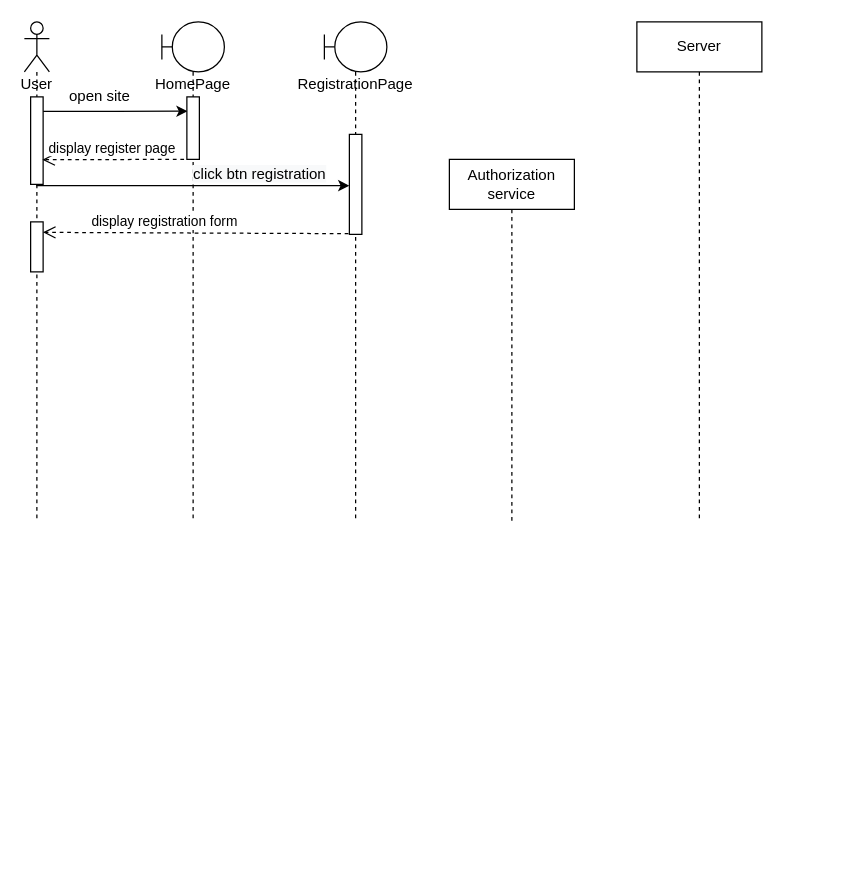
ololnovolol/ScrumBoardApp keeps this draw.io diagram as page "SequenceRegistration" (11 of 11) of Board_Use_Case_Diagramm.drawio. Above is the earlier version. Source tidied: cells renumbered, new cells numbered last; positions are measured from the earlier drawing's top-left corner, leaving out a move shared by most shapes. Both pictures are drawn from the tidied source at 125%, with x=0, y=0 at pixel (24, 21).
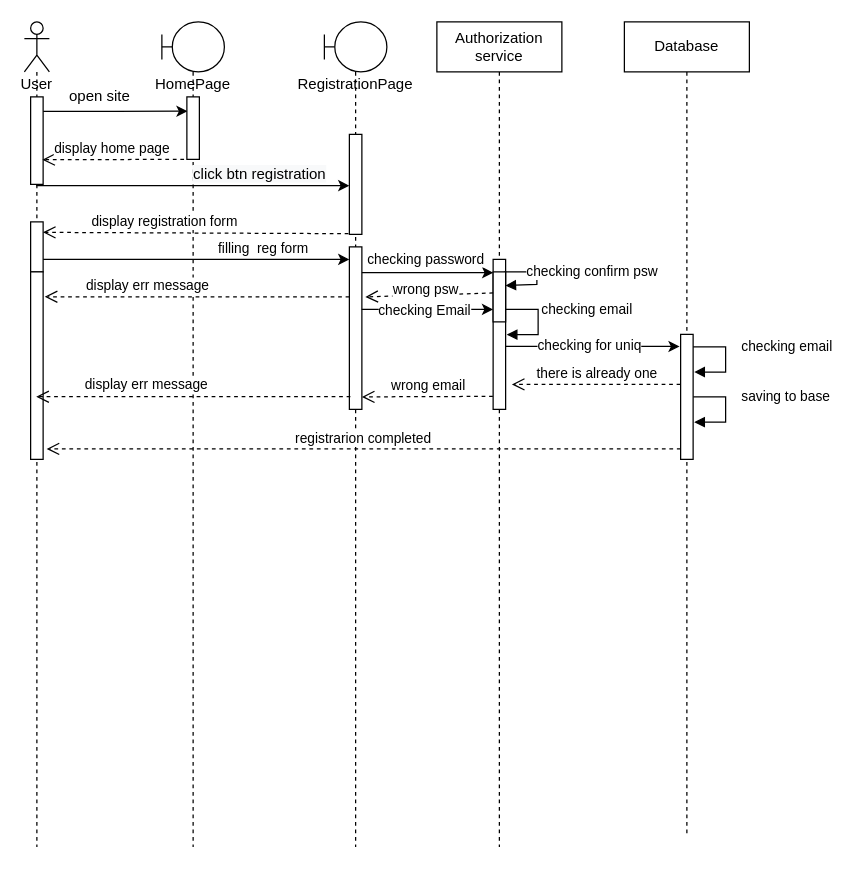
After the change.

Unchanged cells that the change refers to:
```xml
<mxCell id="4" style="html=1;points=[];perimeter=orthogonalPerimeter;" parent="3" vertex="1">
  <mxGeometry x="5" y="60" width="10" height="70" as="geometry" />
</mxCell>
<mxCell id="5" style="html=1;points=[];perimeter=orthogonalPerimeter;" parent="3" vertex="1">
  <mxGeometry x="5" y="160" width="10" height="40" as="geometry" />
</mxCell>
<mxCell id="9" style="html=1;points=[];perimeter=orthogonalPerimeter;" parent="8" vertex="1">
  <mxGeometry x="20" y="60" width="10" height="50" as="geometry" />
</mxCell>
```

Diff of the diagram source:
```diff
@@
     <mxCell id="3" value="User" style="shape=umlLifeline;participant=umlActor;perimeter=lifelinePerimeter;whiteSpace=wrap;html=1;verticalAlign=top;spacingTop=36;outlineConnect=0;" parent="1" vertex="1">
-      <mxGeometry width="20" height="400" as="geometry" />
+      <mxGeometry width="20" height="660" as="geometry" />
     </mxCell>
@@
+    <mxCell id="17" style="html=1;points=[];perimeter=orthogonalPerimeter;" parent="3" vertex="1">
+      <mxGeometry x="5" y="200" width="10" height="150" as="geometry" />
+    </mxCell>
     <mxCell id="6" value="Authorization service" style="shape=umlLifeline;perimeter=lifelinePerimeter;whiteSpace=wrap;html=1;" parent="1" vertex="1">
-      <mxGeometry x="340" y="110" width="100" height="290" as="geometry" />
+      <mxGeometry x="330" width="100" height="660" as="geometry" />
     </mxCell>
+    <mxCell id="18" style="html=1;perimeter=orthogonalPerimeter;" parent="6" vertex="1">
+      <mxGeometry x="45" y="190" width="10" height="120" as="geometry" />
+    </mxCell>
+    <mxCell id="19" value="checking confirm psw" style="edgeStyle=orthogonalEdgeStyle;html=1;align=left;spacingLeft=2;endArrow=block;rounded=0;entryX=0.982;entryY=0.274;entryDx=0;entryDy=0;entryPerimeter=0;" parent="6" edge="1" target="28">
+      <mxGeometry x="-0.55" relative="1" as="geometry">
+        <mxPoint x="54" y="200" as="sourcePoint" />
+        <Array as="points">
+          <mxPoint x="80" y="200" />
+          <mxPoint x="80" y="210" />
+          <mxPoint x="55" y="210" />
+        </Array>
+      </mxGeometry>
+    </mxCell>
+    <mxCell id="20" value="checking email" style="edgeStyle=orthogonalEdgeStyle;html=1;align=left;spacingLeft=2;endArrow=block;rounded=0;entryX=0.985;entryY=0.506;entryDx=0;entryDy=0;entryPerimeter=0;" parent="6" edge="1">
+      <mxGeometry x="-0.3" relative="1" as="geometry">
+        <mxPoint x="55" y="230" as="sourcePoint" />
+        <mxPoint x="55.9" y="250.2" as="targetPoint" />
+        <Array as="points">
+          <mxPoint x="81" y="230" />
+          <mxPoint x="81" y="250" />
+        </Array>
+      </mxGeometry>
+    </mxCell>
@@
     <mxCell id="8" value="HomePage" style="shape=umlLifeline;participant=umlBoundary;perimeter=lifelinePerimeter;whiteSpace=wrap;html=1;verticalAlign=top;spacingTop=36;" parent="1" vertex="1">
-      <mxGeometry x="110" width="50" height="400" as="geometry" />
+      <mxGeometry x="110" width="50" height="660" as="geometry" />
     </mxCell>
@@
     <mxCell id="10" value="RegistrationPage" style="shape=umlLifeline;participant=umlBoundary;perimeter=lifelinePerimeter;whiteSpace=wrap;html=1;verticalAlign=top;spacingTop=36;" parent="1" vertex="1">
-      <mxGeometry x="240" width="50" height="400" as="geometry" />
+      <mxGeometry x="240" width="50" height="660" as="geometry" />
     </mxCell>
@@
+    <mxCell id="21" style="html=1;points=[];perimeter=orthogonalPerimeter;" parent="10" vertex="1">
+      <mxGeometry x="20" y="180" width="10" height="130" as="geometry" />
+    </mxCell>
@@
-    <mxCell id="13" value="display register page" style="html=1;verticalAlign=bottom;endArrow=open;dashed=1;endSize=8;rounded=0;exitX=-0.223;exitY=1;exitDx=0;exitDy=0;exitPerimeter=0;entryX=0.937;entryY=0.718;entryDx=0;entryDy=0;entryPerimeter=0;" parent="1" edge="1" source="9" target="4">
+    <mxCell id="13" value="display home page" style="html=1;verticalAlign=bottom;endArrow=open;dashed=1;endSize=8;rounded=0;exitX=-0.223;exitY=1;exitDx=0;exitDy=0;exitPerimeter=0;entryX=0.937;entryY=0.718;entryDx=0;entryDy=0;entryPerimeter=0;" parent="1" edge="1" source="9" target="4">
       <mxGeometry x="0.03" relative="1" as="geometry" />
     </mxCell>
@@
-    <mxCell id="16" value="Server" style="shape=umlLifeline;perimeter=lifelinePerimeter;whiteSpace=wrap;html=1;" parent="1" vertex="1">
-      <mxGeometry x="490" width="100" height="400" as="geometry" />
+    <mxCell id="16" value="Database" style="shape=umlLifeline;perimeter=lifelinePerimeter;whiteSpace=wrap;html=1;" parent="1" vertex="1">
+      <mxGeometry x="480" width="100" height="650" as="geometry" />
     </mxCell>
+    <mxCell id="22" value="saving to base" style="edgeStyle=orthogonalEdgeStyle;html=1;align=left;spacingLeft=2;endArrow=block;rounded=0;entryX=0.985;entryY=0.506;entryDx=0;entryDy=0;entryPerimeter=0;" parent="16" edge="1">
+      <mxGeometry x="-0.27" y="9" relative="1" as="geometry">
+        <mxPoint x="55" y="300" as="sourcePoint" />
+        <mxPoint x="55.9" y="320.2" as="targetPoint" />
+        <Array as="points">
+          <mxPoint x="81" y="300" />
+          <mxPoint x="81" y="320" />
+        </Array>
+      </mxGeometry>
+    </mxCell>
+    <mxCell id="23" style="html=1;points=[];perimeter=orthogonalPerimeter;" parent="16" vertex="1">
+      <mxGeometry x="45" y="250" width="10" height="100" as="geometry" />
+    </mxCell>
+    <mxCell id="24" style="edgeStyle=orthogonalEdgeStyle;rounded=0;jettySize=auto;html=1;" parent="1" edge="1" source="5">
+      <mxGeometry relative="1" as="geometry">
+        <mxPoint x="260" y="190" as="targetPoint" />
+        <Array as="points">
+          <mxPoint x="200" y="190" />
+          <mxPoint x="200" y="190" />
+        </Array>
+      </mxGeometry>
+    </mxCell>
+    <mxCell id="25" value="filling&amp;nbsp; reg form" style="edgeLabel;html=1;align=center;verticalAlign=middle;" parent="24" vertex="1">
+      <mxGeometry x="-0.28" y="1" relative="1" as="geometry">
+        <mxPoint x="87" y="-9" as="offset" />
+      </mxGeometry>
+    </mxCell>
+    <mxCell id="26" style="edgeStyle=orthogonalEdgeStyle;rounded=0;jettySize=auto;html=1;entryX=0.015;entryY=0.015;entryDx=0;entryDy=0;entryPerimeter=0;" parent="1" edge="1" source="21" target="28">
+      <mxGeometry relative="1" as="geometry">
+        <Array as="points">
+          <mxPoint x="375" y="200" />
+        </Array>
+      </mxGeometry>
+    </mxCell>
+    <mxCell id="27" value="checking password" style="edgeLabel;html=1;align=center;verticalAlign=middle;" parent="26" vertex="1">
+      <mxGeometry x="-0.12" y="1" relative="1" as="geometry">
+        <mxPoint x="4" y="-10" as="offset" />
+      </mxGeometry>
+    </mxCell>
+    <mxCell id="28" style="html=1;points=[];perimeter=orthogonalPerimeter;" parent="1" vertex="1">
+      <mxGeometry x="375" y="200" width="10" height="40" as="geometry" />
+    </mxCell>
+    <mxCell id="29" value="registrarion completed" style="html=1;verticalAlign=bottom;endArrow=open;dashed=1;endSize=8;rounded=0;entryX=1.28;entryY=0.944;entryDx=0;entryDy=0;entryPerimeter=0;" parent="1" edge="1" source="23" target="17">
+      <mxGeometry relative="1" as="geometry" />
+    </mxCell>
+    <mxCell id="30" value="checking email" style="edgeStyle=orthogonalEdgeStyle;html=1;align=left;spacingLeft=2;endArrow=block;rounded=0;entryX=0.985;entryY=0.506;entryDx=0;entryDy=0;entryPerimeter=0;" parent="1" edge="1">
+      <mxGeometry x="-0.27" y="9" relative="1" as="geometry">
+        <mxPoint x="535" y="259.9" as="sourcePoint" />
+        <mxPoint x="535.9" y="280.1" as="targetPoint" />
+        <Array as="points">
+          <mxPoint x="561" y="259.9" />
+          <mxPoint x="561" y="279.9" />
+        </Array>
+      </mxGeometry>
+    </mxCell>
+    <mxCell id="31" style="edgeStyle=orthogonalEdgeStyle;rounded=0;orthogonalLoop=1;jettySize=auto;html=1;entryX=-0.084;entryY=0.219;entryDx=0;entryDy=0;entryPerimeter=0;" parent="1" edge="1">
+      <mxGeometry relative="1" as="geometry">
+        <mxPoint x="385" y="259.5" as="sourcePoint" />
+        <mxPoint x="524.2" y="259.7" as="targetPoint" />
+        <Array as="points">
+          <mxPoint x="455" y="260" />
+        </Array>
+      </mxGeometry>
+    </mxCell>
+    <mxCell id="32" value="checking for uniq" style="edgeLabel;html=1;align=center;verticalAlign=middle;" parent="31" vertex="1">
+      <mxGeometry x="-0.05" y="1" relative="1" as="geometry" />
+    </mxCell>
+    <mxCell id="33" style="edgeStyle=orthogonalEdgeStyle;rounded=0;orthogonalLoop=1;jettySize=auto;html=1;entryX=0.015;entryY=0.015;entryDx=0;entryDy=0;entryPerimeter=0;" parent="1" edge="1">
+      <mxGeometry relative="1" as="geometry">
+        <mxPoint x="269.8" y="230" as="sourcePoint" />
+        <mxPoint x="375" y="230" as="targetPoint" />
+        <Array as="points">
+          <mxPoint x="374.8" y="229.4" />
+        </Array>
+      </mxGeometry>
+    </mxCell>
+    <mxCell id="34" value="checking Email" style="edgeLabel;html=1;align=center;verticalAlign=middle;" parent="33" vertex="1">
+      <mxGeometry x="-0.12" y="1" relative="1" as="geometry">
+        <mxPoint x="4" y="1" as="offset" />
+      </mxGeometry>
+    </mxCell>
+    <mxCell id="35" value="display err message&amp;nbsp;" style="html=1;verticalAlign=bottom;endArrow=open;dashed=1;endSize=8;rounded=0;entryX=1.134;entryY=0.231;entryDx=0;entryDy=0;entryPerimeter=0;" parent="1" edge="1">
+      <mxGeometry x="0.31" relative="1" as="geometry">
+        <mxPoint x="260" y="219.9" as="sourcePoint" />
+        <mxPoint x="16.3" y="219.9" as="targetPoint" />
+      </mxGeometry>
+    </mxCell>
+    <mxCell id="36" style="html=1;verticalAlign=bottom;endArrow=open;dashed=1;endSize=8;rounded=0;entryX=1.28;entryY=0.308;entryDx=0;entryDy=0;entryPerimeter=0;exitX=-0.001;exitY=0.422;exitDx=0;exitDy=0;exitPerimeter=0;" parent="1" edge="1" source="28" target="21">
+      <mxGeometry relative="1" as="geometry" />
+    </mxCell>
+    <mxCell id="37" value="wrong psw" style="edgeLabel;html=1;align=center;verticalAlign=middle;" parent="36" vertex="1">
+      <mxGeometry y="-1" relative="1" as="geometry">
+        <mxPoint x="-3" y="-4" as="offset" />
+      </mxGeometry>
+    </mxCell>
+    <mxCell id="38" value="there is already one" style="html=1;verticalAlign=bottom;endArrow=open;dashed=1;endSize=8;rounded=0;exitX=-0.019;exitY=0.399;exitDx=0;exitDy=0;exitPerimeter=0;" parent="1" edge="1" source="23">
+      <mxGeometry relative="1" as="geometry">
+        <mxPoint x="390" y="290" as="targetPoint" />
+      </mxGeometry>
+    </mxCell>
+    <mxCell id="39" value="wrong email" style="html=1;verticalAlign=bottom;endArrow=open;dashed=1;endSize=8;rounded=0;exitX=-0.02;exitY=0.33;exitDx=0;exitDy=0;exitPerimeter=0;" parent="1" edge="1">
+      <mxGeometry relative="1" as="geometry">
+        <mxPoint x="374.8" y="299.6" as="sourcePoint" />
+        <mxPoint x="270" y="300" as="targetPoint" />
+      </mxGeometry>
+    </mxCell>
+    <mxCell id="40" style="html=1;verticalAlign=bottom;endArrow=open;dashed=1;endSize=8;rounded=0;exitX=0.08;exitY=0.922;exitDx=0;exitDy=0;exitPerimeter=0;" parent="1" edge="1" source="21" target="3">
+      <mxGeometry relative="1" as="geometry" />
+    </mxCell>
+    <mxCell id="41" value="display err message&amp;nbsp;" style="edgeLabel;html=1;align=center;verticalAlign=middle;" parent="40" vertex="1">
+      <mxGeometry x="-0.16" y="-1" relative="1" as="geometry">
+        <mxPoint x="-56" y="-9" as="offset" />
+      </mxGeometry>
+    </mxCell>
```
